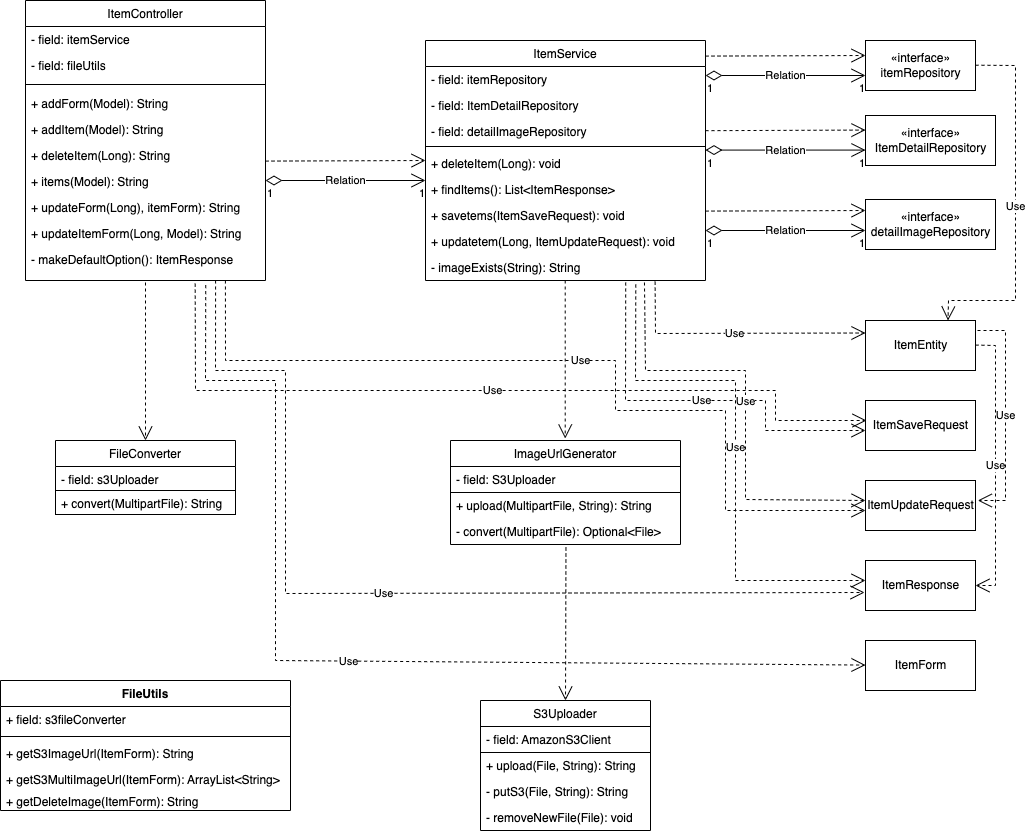
This is backoffice-class-diagram.png from chanhl22/kilometer-backend-backoffic-class-diagram, a draw.io export, as it was before one commit. Source tidied: cells renumbered, new cells last; positions are measured from the earlier drawing's top-left corner, leaving out a move shared by most shapes.
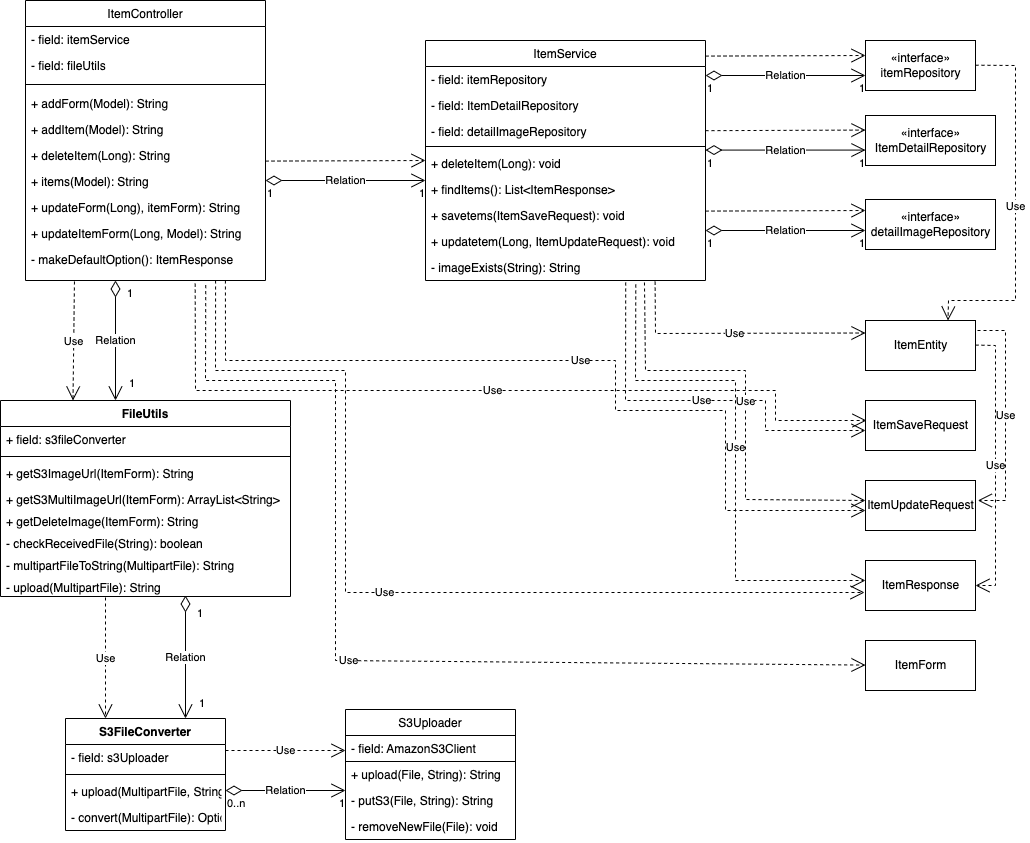
The same file after the commit.

What changed in the source:
```diff
@@ -74,17 +74,8 @@
     <mxCell id="25" value="«interface»&lt;br&gt;&lt;span style=&quot;text-align: left;&quot;&gt;detailImageRepository&lt;/span&gt;" style="html=1;" parent="1" vertex="1">
       <mxGeometry x="865" y="199" width="130" height="50" as="geometry" />
     </mxCell>
-    <mxCell id="26" value="FileConverter" style="swimlane;fontStyle=0;horizontal=1;startSize=26;fillColor=none;" parent="1" vertex="1">
-      <mxGeometry x="55" y="440" width="180" height="74" as="geometry" />
-    </mxCell>
-    <mxCell id="27" value="- field: s3Uploader" style="text;strokeColor=none;fillColor=none;align=left;verticalAlign=top;spacingLeft=4;spacingRight=4;overflow=hidden;" parent="26" vertex="1">
-      <mxGeometry y="26" width="180" height="24" as="geometry" />
-    </mxCell>
-    <mxCell id="28" value="+ convert(MultipartFile): String" style="text;strokeColor=default;fillColor=none;align=left;verticalAlign=top;spacingLeft=4;spacingRight=4;overflow=hidden;" parent="26" vertex="1">
-      <mxGeometry y="50" width="180" height="24" as="geometry" />
-    </mxCell>
     <mxCell id="29" value="S3Uploader" style="swimlane;fontStyle=0;horizontal=1;startSize=26;fillColor=none;" parent="1" vertex="1">
-      <mxGeometry x="480" y="700" width="170" height="130" as="geometry" />
+      <mxGeometry x="345" y="709" width="170" height="130" as="geometry" />
     </mxCell>
     <mxCell id="30" value="- field: AmazonS3Client" style="text;strokeColor=default;fillColor=none;align=left;verticalAlign=top;spacingLeft=4;spacingRight=4;overflow=hidden;" parent="29" vertex="1">
       <mxGeometry y="26" width="170" height="26" as="geometry" />
@@ -98,18 +89,6 @@
     <mxCell id="33" value="- removeNewFile(File): void" style="text;strokeColor=none;fillColor=none;align=left;verticalAlign=top;spacingLeft=4;spacingRight=4;overflow=hidden;" parent="29" vertex="1">
       <mxGeometry y="104" width="170" height="26" as="geometry" />
     </mxCell>
-    <mxCell id="34" value="ImageUrlGenerator" style="swimlane;fontStyle=0;horizontal=1;startSize=26;fillColor=none;" parent="1" vertex="1">
-      <mxGeometry x="450" y="440" width="230" height="104" as="geometry" />
-    </mxCell>
-    <mxCell id="35" value="- field: S3Uploader" style="text;strokeColor=default;fillColor=none;align=left;verticalAlign=top;spacingLeft=4;spacingRight=4;overflow=hidden;" parent="34" vertex="1">
-      <mxGeometry y="26" width="230" height="26" as="geometry" />
-    </mxCell>
-    <mxCell id="36" value="+ upload(MultipartFile, String): String" style="text;strokeColor=none;fillColor=none;align=left;verticalAlign=top;spacingLeft=4;spacingRight=4;overflow=hidden;" parent="34" vertex="1">
-      <mxGeometry y="52" width="230" height="26" as="geometry" />
-    </mxCell>
-    <mxCell id="37" value="- convert(MultipartFile): Optional&lt;File&gt;" style="text;strokeColor=none;fillColor=none;align=left;verticalAlign=top;spacingLeft=4;spacingRight=4;overflow=hidden;points=[[0,0.5],[1,0.5]];portConstraint=eastwest;" parent="34" vertex="1">
-      <mxGeometry y="78" width="230" height="26" as="geometry" />
-    </mxCell>
     <mxCell id="38" value="ItemSaveRequest" style="html=1;shadow=0;fontFamily=Helvetica;fontSize=12;fontColor=default;strokeColor=#000000;fillColor=none;gradientColor=none;" parent="1" vertex="1">
       <mxGeometry x="865" y="400" width="110" height="50" as="geometry" />
     </mxCell>
@@ -125,15 +104,6 @@
     <mxCell id="42" value="ItemEntity" style="html=1;shadow=0;fontFamily=Helvetica;fontSize=12;fontColor=default;strokeColor=#000000;fillColor=none;gradientColor=none;" parent="1" vertex="1">
       <mxGeometry x="865" y="320" width="110" height="50" as="geometry" />
     </mxCell>
-    <mxCell id="43" style="endArrow=open;endFill=1;endSize=12;html=1;rounded=0;dashed=1;fontFamily=Helvetica;fontSize=12;fontColor=default;" parent="1" edge="1">
-      <mxGeometry relative="1" as="geometry">
-        <mxPoint x="145" y="282" as="sourcePoint" />
-        <mxPoint x="145" y="440" as="targetPoint" />
-      </mxGeometry>
-    </mxCell>
-    <mxCell id="44" style="endArrow=open;endFill=1;endSize=12;html=1;rounded=0;dashed=1;fontFamily=Helvetica;fontSize=12;fontColor=default;entryX=0.5;entryY=0;entryDx=0;entryDy=0;exitX=0.502;exitY=1.115;exitDx=0;exitDy=0;exitPerimeter=0;" parent="1" edge="1" source="37" target="29">
-      <mxGeometry relative="1" as="geometry" />
-    </mxCell>
     <mxCell id="45" style="endArrow=open;endFill=1;endSize=12;html=1;rounded=0;dashed=1;fontFamily=Helvetica;fontSize=12;fontColor=default;exitX=0.992;exitY=-0.131;exitDx=0;exitDy=0;exitPerimeter=0;" parent="1" edge="1">
       <mxGeometry relative="1" as="geometry">
         <mxPoint x="265" y="160.6" as="sourcePoint" />
@@ -152,12 +122,6 @@
     <mxCell id="48" value="1" style="edgeLabel;html=1;align=right;verticalAlign=top;" parent="46" vertex="1">
       <mxGeometry x="1" relative="1" as="geometry" />
     </mxCell>
-    <mxCell id="49" style="endArrow=open;endFill=1;endSize=12;html=1;rounded=0;dashed=1;fontFamily=Helvetica;fontSize=12;fontColor=default;" parent="1" edge="1">
-      <mxGeometry relative="1" as="geometry">
-        <mxPoint x="564.7" y="280" as="sourcePoint" />
-        <mxPoint x="564.7" y="438" as="targetPoint" />
-      </mxGeometry>
-    </mxCell>
     <mxCell id="50" style="endArrow=open;endFill=1;endSize=12;html=1;rounded=0;dashed=1;fontFamily=Helvetica;fontSize=12;fontColor=default;exitX=0.992;exitY=-0.131;exitDx=0;exitDy=0;exitPerimeter=0;" parent="1" edge="1">
       <mxGeometry relative="1" as="geometry">
         <mxPoint x="705" y="55.6" as="sourcePoint" />
@@ -239,8 +203,8 @@
         <mxPoint x="865" y="664.6" as="targetPoint" />
         <Array as="points">
           <mxPoint x="205" y="380" />
-          <mxPoint x="275" y="380" />
-          <mxPoint x="275" y="660" />
+          <mxPoint x="335" y="380" />
+          <mxPoint x="335" y="660" />
         </Array>
       </mxGeometry>
     </mxCell>
@@ -267,8 +231,8 @@
       <mxGeometry relative="1" as="geometry">
         <Array as="points">
           <mxPoint x="215" y="370" />
-          <mxPoint x="285" y="370" />
-          <mxPoint x="285" y="593" />
+          <mxPoint x="345" y="370" />
+          <mxPoint x="345" y="592" />
         </Array>
       </mxGeometry>
     </mxCell>
@@ -322,7 +286,7 @@
       </mxGeometry>
     </mxCell>
     <mxCell id="73" value="FileUtils" style="swimlane;fontStyle=1;align=center;verticalAlign=top;horizontal=1;startSize=26;" parent="1" vertex="1">
-      <mxGeometry y="680" width="290" height="130" as="geometry" />
+      <mxGeometry y="400" width="290" height="196" as="geometry" />
     </mxCell>
     <mxCell id="74" value="+ field: s3fileConverter" style="text;strokeColor=none;fillColor=none;align=left;verticalAlign=top;spacingLeft=4;spacingRight=4;overflow=hidden;" parent="73" vertex="1">
       <mxGeometry y="26" width="290" height="26" as="geometry" />
@@ -339,5 +303,88 @@
     <mxCell id="78" value="+ getDeleteImage(ItemForm): String" style="text;strokeColor=none;fillColor=none;align=left;verticalAlign=top;spacingLeft=4;spacingRight=4;overflow=hidden;" parent="73" vertex="1">
       <mxGeometry y="108" width="290" height="22" as="geometry" />
     </mxCell>
+    <mxCell id="79" value="- checkReceivedFile(String): boolean" style="text;strokeColor=none;fillColor=none;align=left;verticalAlign=top;spacingLeft=4;spacingRight=4;overflow=hidden;" parent="73" vertex="1">
+      <mxGeometry y="130" width="290" height="22" as="geometry" />
+    </mxCell>
+    <mxCell id="80" value="- multipartFileToString(MultipartFile): String" style="text;strokeColor=none;fillColor=none;align=left;verticalAlign=top;spacingLeft=4;spacingRight=4;overflow=hidden;" parent="73" vertex="1">
+      <mxGeometry y="152" width="290" height="22" as="geometry" />
+    </mxCell>
+    <mxCell id="81" value="- upload(MultipartFile): String" style="text;strokeColor=none;fillColor=none;align=left;verticalAlign=top;spacingLeft=4;spacingRight=4;overflow=hidden;" parent="73" vertex="1">
+      <mxGeometry y="174" width="290" height="22" as="geometry" />
+    </mxCell>
+    <mxCell id="82" value="S3FileConverter" style="swimlane;fontStyle=1;align=center;verticalAlign=top;horizontal=1;startSize=26;" parent="1" vertex="1">
+      <mxGeometry x="65" y="718" width="160" height="112" as="geometry" />
+    </mxCell>
+    <mxCell id="27" value="- field: s3Uploader" style="text;strokeColor=none;fillColor=none;align=left;verticalAlign=top;spacingLeft=4;spacingRight=4;overflow=hidden;" parent="82" vertex="1">
+      <mxGeometry y="26" width="160" height="26" as="geometry" />
+    </mxCell>
+    <mxCell id="83" style="line;strokeWidth=1;fillColor=none;align=left;verticalAlign=middle;spacingTop=-1;spacingLeft=3;spacingRight=3;labelPosition=right;" parent="82" vertex="1">
+      <mxGeometry y="52" width="160" height="8" as="geometry" />
+    </mxCell>
+    <mxCell id="36" value="+ upload(MultipartFile, String): String" style="text;strokeColor=none;fillColor=none;align=left;verticalAlign=top;spacingLeft=4;spacingRight=4;overflow=hidden;" parent="82" vertex="1">
+      <mxGeometry y="60" width="160" height="26" as="geometry" />
+    </mxCell>
+    <mxCell id="37" value="- convert(MultipartFile): Optional&lt;File&gt;" style="text;strokeColor=none;fillColor=none;align=left;verticalAlign=top;spacingLeft=4;spacingRight=4;overflow=hidden;points=[[0,0.5],[1,0.5]];portConstraint=eastwest;" parent="82" vertex="1">
+      <mxGeometry y="86" width="160" height="26" as="geometry" />
+    </mxCell>
+    <mxCell id="84" value="Use" style="endArrow=open;endSize=12;dashed=1;html=1;rounded=0;exitX=0.204;exitY=1.029;exitDx=0;exitDy=0;exitPerimeter=0;entryX=0.25;entryY=0;entryDx=0;entryDy=0;" parent="1" edge="1" source="12" target="73">
+      <mxGeometry relative="1" as="geometry" />
+    </mxCell>
+    <mxCell id="85" value="Use" style="endArrow=open;endSize=12;dashed=1;html=1;rounded=0;entryX=0.25;entryY=0;entryDx=0;entryDy=0;" parent="1" edge="1">
+      <mxGeometry relative="1" as="geometry">
+        <mxPoint x="105" y="597" as="sourcePoint" />
+        <mxPoint x="105" y="718" as="targetPoint" />
+      </mxGeometry>
+    </mxCell>
+    <mxCell id="86" value="Relation" style="endArrow=open;html=1;endSize=12;startArrow=diamondThin;startSize=14;startFill=0;edgeStyle=orthogonalEdgeStyle;rounded=0;entryX=0.5;entryY=0;entryDx=0;entryDy=0;" parent="1" edge="1">
+      <mxGeometry relative="1" as="geometry">
+        <mxPoint x="115" y="280" as="sourcePoint" />
+        <mxPoint x="115" y="400" as="targetPoint" />
+      </mxGeometry>
+    </mxCell>
+    <mxCell id="87" value="1" style="edgeLabel;html=1;align=left;verticalAlign=top;" parent="86" vertex="1">
+      <mxGeometry x="-1" relative="1" as="geometry">
+        <mxPoint x="10" as="offset" />
+      </mxGeometry>
+    </mxCell>
+    <mxCell id="88" value="1" style="edgeLabel;html=1;align=right;verticalAlign=top;" parent="86" vertex="1">
+      <mxGeometry x="1" relative="1" as="geometry">
+        <mxPoint x="20" y="-30" as="offset" />
+      </mxGeometry>
+    </mxCell>
+    <mxCell id="89" value="Relation" style="endArrow=open;html=1;endSize=12;startArrow=diamondThin;startSize=14;startFill=0;edgeStyle=orthogonalEdgeStyle;rounded=0;entryX=0.5;entryY=0;entryDx=0;entryDy=0;" parent="1" edge="1">
+      <mxGeometry relative="1" as="geometry">
+        <mxPoint x="185" y="595" as="sourcePoint" />
+        <mxPoint x="185" y="718" as="targetPoint" />
+      </mxGeometry>
+    </mxCell>
+    <mxCell id="90" value="1" style="edgeLabel;html=1;align=left;verticalAlign=top;" parent="89" vertex="1">
+      <mxGeometry x="-1" relative="1" as="geometry">
+        <mxPoint x="10" y="5" as="offset" />
+      </mxGeometry>
+    </mxCell>
+    <mxCell id="91" value="1" style="edgeLabel;html=1;align=right;verticalAlign=top;" parent="89" vertex="1">
+      <mxGeometry x="1" relative="1" as="geometry">
+        <mxPoint x="20" y="-28" as="offset" />
+      </mxGeometry>
+    </mxCell>
+    <mxCell id="92" value="Use" style="endArrow=open;endSize=12;dashed=1;html=1;rounded=0;" parent="1" edge="1">
+      <mxGeometry relative="1" as="geometry">
+        <mxPoint x="225" y="750" as="sourcePoint" />
+        <mxPoint x="345" y="750" as="targetPoint" />
+      </mxGeometry>
+    </mxCell>
+    <mxCell id="93" value="Relation" style="endArrow=open;html=1;endSize=12;startArrow=diamondThin;startSize=14;startFill=0;edgeStyle=orthogonalEdgeStyle;rounded=0;" parent="1" edge="1">
+      <mxGeometry relative="1" as="geometry">
+        <mxPoint x="225" y="790" as="sourcePoint" />
+        <mxPoint x="345" y="790" as="targetPoint" />
+      </mxGeometry>
+    </mxCell>
+    <mxCell id="94" value="0..n" style="edgeLabel;html=1;align=left;verticalAlign=top;" parent="93" vertex="1">
+      <mxGeometry x="-1" relative="1" as="geometry" />
+    </mxCell>
+    <mxCell id="95" value="1" style="edgeLabel;html=1;align=right;verticalAlign=top;" parent="93" vertex="1">
+      <mxGeometry x="1" relative="1" as="geometry" />
+    </mxCell>
   </root>
 </mxGraphModel>
```
